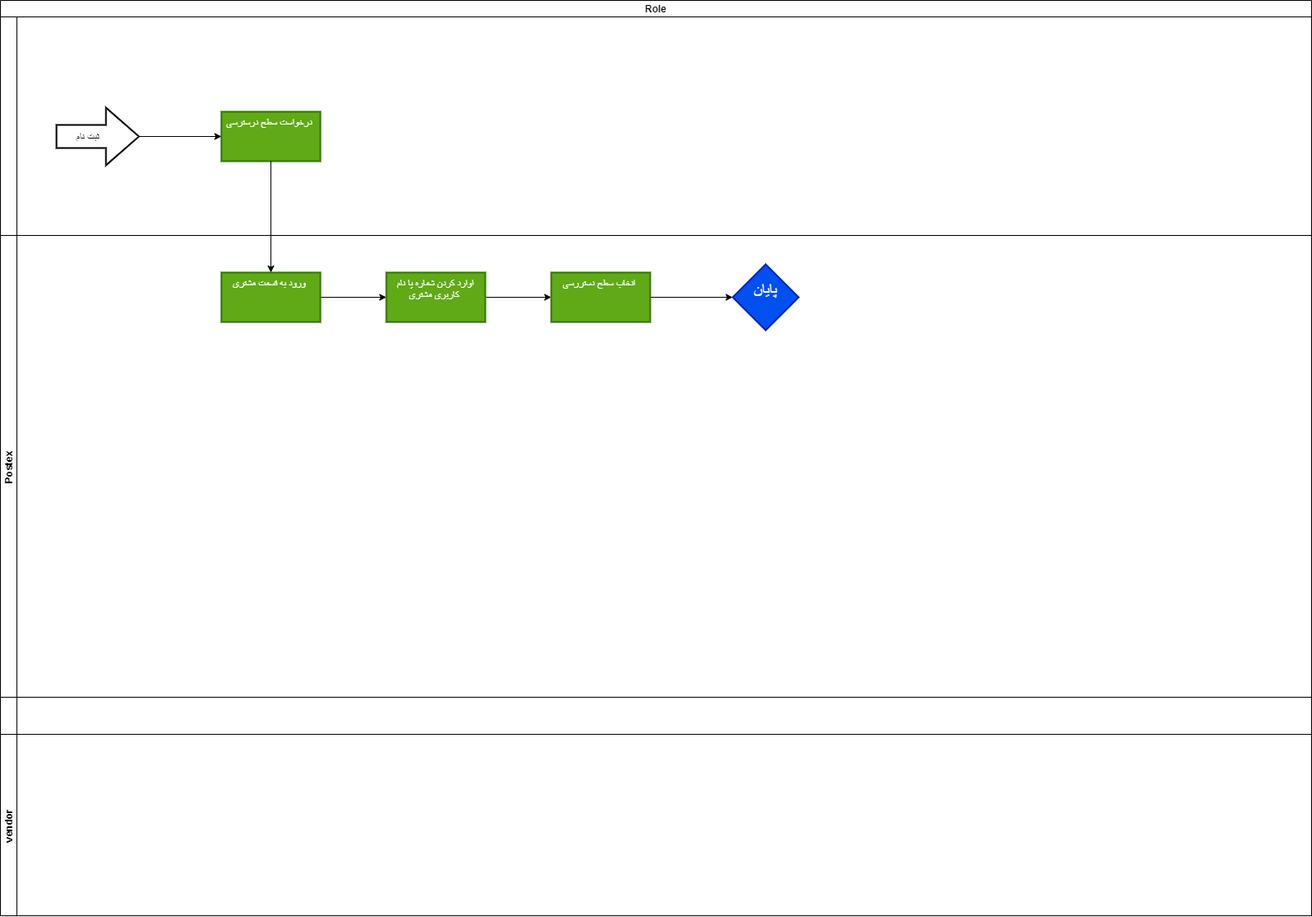
Earlier version of the draw.io export 01-Authentication-and-Roles/imgs/BR-CustumerRole.png (behrangaghili/Postex-Documents_Diagrams). Source tidied: cells renumbered, new cells last; positions are measured from the earlier drawing's top-left corner, leaving out a move shared by most shapes.
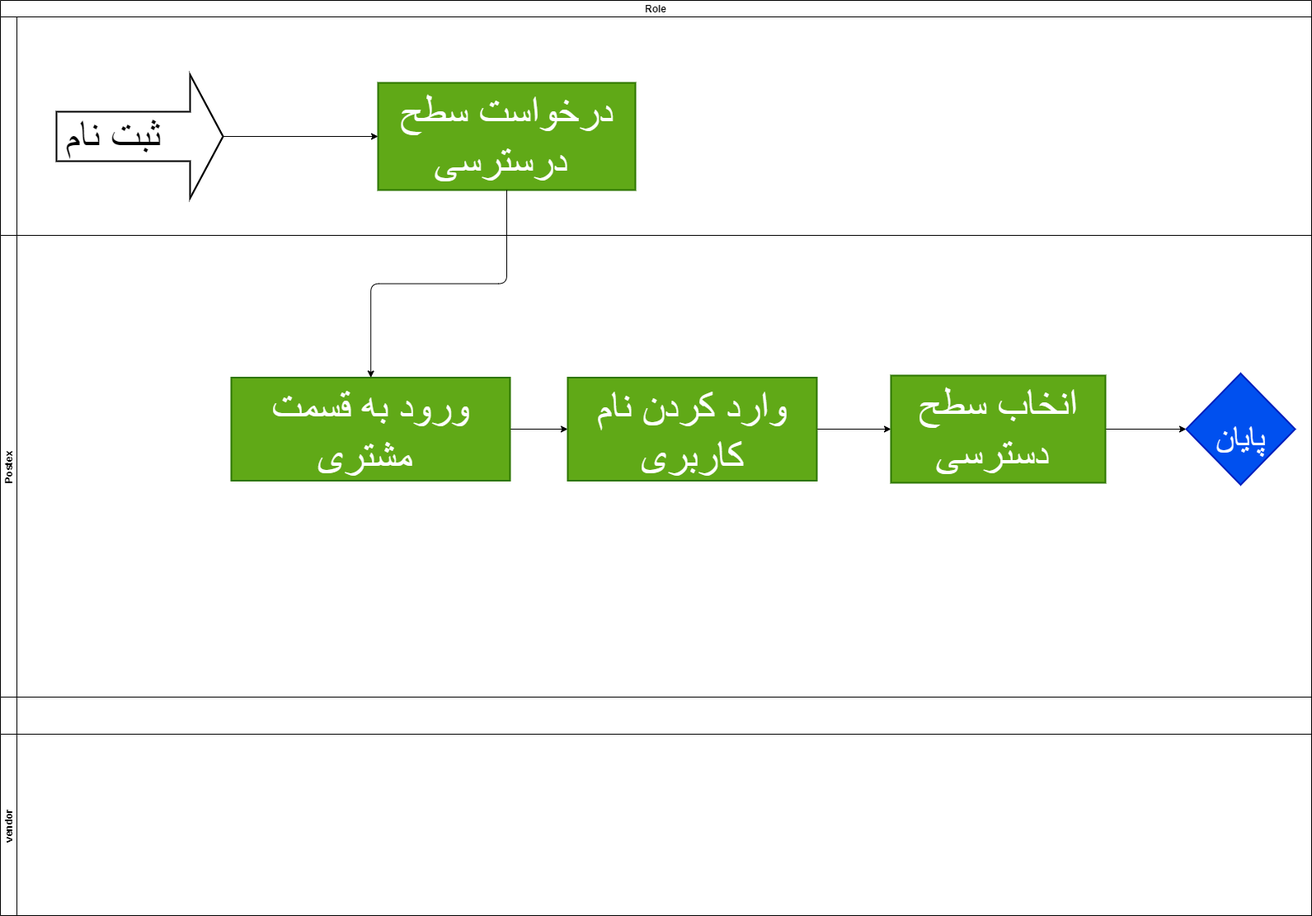
Later version of the same file.

Change to the diagram source:
```diff
@@ -9,42 +9,42 @@
       <mxGeometry y="20" width="1590" height="870" as="geometry" />
     </mxCell>
     <mxCell id="4" style="verticalLabelPosition=bottom;verticalAlign=top;html=1;strokeWidth=2;shape=mxgraph.arrows2.arrow;dy=0.6;dx=40;notch=0;" parent="3" vertex="1">
-      <mxGeometry x="68" y="110" width="100" height="70" as="geometry" />
+      <mxGeometry x="68" y="70" width="202" height="150" as="geometry" />
     </mxCell>
-    <mxCell id="5" value="ثبت نام&amp;nbsp;" style="text;html=1;strokeColor=none;fillColor=none;align=center;verticalAlign=middle;whiteSpace=wrap;rounded=0;" parent="3" vertex="1">
-      <mxGeometry x="78" y="130" width="60" height="30" as="geometry" />
+    <mxCell id="5" value="&lt;font style=&quot;font-size: 50px&quot;&gt;ثبت نام&amp;nbsp;&lt;/font&gt;" style="text;html=1;strokeColor=none;fillColor=none;align=center;verticalAlign=middle;whiteSpace=wrap;rounded=0;" parent="3" vertex="1">
+      <mxGeometry x="78" y="130" width="132" height="30" as="geometry" />
     </mxCell>
-    <mxCell id="6" value="درخواست سطح درسترسی&amp;nbsp;" style="whiteSpace=wrap;html=1;verticalAlign=top;strokeWidth=2;fillColor=#60a917;fontColor=#ffffff;strokeColor=#2D7600;" parent="3" vertex="1">
-      <mxGeometry x="268" y="115" width="120" height="60" as="geometry" />
+    <mxCell id="6" value="&lt;font style=&quot;font-size: 50px&quot;&gt;درخواست سطح درسترسی&amp;nbsp;&lt;/font&gt;" style="whiteSpace=wrap;html=1;verticalAlign=top;strokeWidth=2;fillColor=#60a917;fontColor=#ffffff;strokeColor=#2D7600;" parent="3" vertex="1">
+      <mxGeometry x="458" y="80" width="312" height="130" as="geometry" />
     </mxCell>
-    <mxCell id="7" style="edgeStyle=none;html=1;" parent="3" edge="1" source="4" target="6">
+    <mxCell id="7" style="edgeStyle=orthogonalEdgeStyle;html=1;" parent="3" edge="1" source="4" target="6">
       <mxGeometry relative="1" as="geometry" />
     </mxCell>
     <mxCell id="8" value="Postex" style="swimlane;startSize=20;horizontal=0;" parent="3" vertex="1">
       <mxGeometry y="265" width="1590" height="560" as="geometry" />
     </mxCell>
-    <mxCell id="9" style="edgeStyle=none;html=1;" parent="8" edge="1" source="10" target="12">
+    <mxCell id="9" style="edgeStyle=orthogonalEdgeStyle;html=1;" parent="8" edge="1" source="10" target="12">
       <mxGeometry relative="1" as="geometry" />
     </mxCell>
-    <mxCell id="10" value="ورود به قسمت مشتری&amp;nbsp;" style="whiteSpace=wrap;html=1;verticalAlign=top;strokeWidth=2;fillColor=#60a917;fontColor=#ffffff;strokeColor=#2D7600;" parent="8" vertex="1">
-      <mxGeometry x="268" y="45" width="120" height="60" as="geometry" />
+    <mxCell id="10" value="&lt;font style=&quot;font-size: 50px&quot;&gt;ورود به قسمت مشتری&amp;nbsp;&lt;/font&gt;" style="whiteSpace=wrap;html=1;verticalAlign=top;strokeWidth=2;fillColor=#60a917;fontColor=#ffffff;strokeColor=#2D7600;" parent="8" vertex="1">
+      <mxGeometry x="280" y="172.5" width="338" height="125" as="geometry" />
     </mxCell>
-    <mxCell id="11" style="edgeStyle=none;html=1;" parent="8" edge="1" source="12" target="14">
+    <mxCell id="11" style="edgeStyle=orthogonalEdgeStyle;html=1;" parent="8" edge="1" source="12" target="14">
       <mxGeometry relative="1" as="geometry" />
     </mxCell>
-    <mxCell id="12" value="اوارد کردن شماره یا نام کاربری مشتری&amp;nbsp;" style="whiteSpace=wrap;html=1;verticalAlign=top;strokeWidth=2;fillColor=#60a917;fontColor=#ffffff;strokeColor=#2D7600;" parent="8" vertex="1">
-      <mxGeometry x="468" y="45" width="120" height="60" as="geometry" />
+    <mxCell id="12" value="&lt;span style=&quot;font-size: 50px&quot;&gt;وارد کردن نام کاربری&lt;/span&gt;" style="whiteSpace=wrap;html=1;verticalAlign=top;strokeWidth=2;fillColor=#60a917;fontColor=#ffffff;strokeColor=#2D7600;" parent="8" vertex="1">
+      <mxGeometry x="688" y="172.5" width="302" height="125" as="geometry" />
     </mxCell>
-    <mxCell id="13" style="edgeStyle=none;html=1;" parent="8" edge="1" source="14" target="15">
+    <mxCell id="13" style="edgeStyle=orthogonalEdgeStyle;html=1;" parent="8" edge="1" source="14" target="15">
       <mxGeometry relative="1" as="geometry" />
     </mxCell>
-    <mxCell id="14" value="انخاب سطح دستررسی&amp;nbsp;&lt;br&gt;" style="whiteSpace=wrap;html=1;verticalAlign=top;strokeWidth=2;fillColor=#60a917;fontColor=#ffffff;strokeColor=#2D7600;" parent="8" vertex="1">
-      <mxGeometry x="668" y="45" width="120" height="60" as="geometry" />
+    <mxCell id="14" value="&lt;font style=&quot;font-size: 50px&quot;&gt;انخاب سطح دسترسی&amp;nbsp;&lt;/font&gt;" style="whiteSpace=wrap;html=1;verticalAlign=top;strokeWidth=2;fillColor=#60a917;fontColor=#ffffff;strokeColor=#2D7600;" parent="8" vertex="1">
+      <mxGeometry x="1080" y="170" width="260" height="130" as="geometry" />
     </mxCell>
-    <mxCell id="15" value="&lt;br&gt;&lt;font style=&quot;font-size: 19px&quot;&gt;پایان&lt;br&gt;&lt;/font&gt;&lt;br&gt;" style="rhombus;whiteSpace=wrap;html=1;verticalAlign=top;fillColor=#0050ef;strokeColor=#001DBC;fontColor=#ffffff;strokeWidth=2;" parent="8" vertex="1">
-      <mxGeometry x="888" y="35" width="80" height="80" as="geometry" />
+    <mxCell id="15" value="&lt;font style=&quot;font-size: 40px&quot;&gt;&lt;font style=&quot;font-size: 40px&quot;&gt;&lt;br&gt;پایان&lt;br&gt;&lt;br&gt;&lt;br&gt;&lt;/font&gt;&lt;/font&gt;" style="rhombus;whiteSpace=wrap;html=1;verticalAlign=top;fillColor=#0050ef;strokeColor=#001DBC;fontColor=#ffffff;strokeWidth=2;" parent="8" vertex="1">
+      <mxGeometry x="1438" y="167.5" width="132" height="135" as="geometry" />
     </mxCell>
-    <mxCell id="16" style="edgeStyle=none;html=1;" parent="3" edge="1" source="6" target="10">
+    <mxCell id="16" style="edgeStyle=orthogonalEdgeStyle;html=1;" parent="3" edge="1" source="6" target="10">
       <mxGeometry relative="1" as="geometry" />
     </mxCell>
     <mxCell id="17" value="vendor" style="swimlane;startSize=20;horizontal=0;" parent="2" vertex="1">
```
